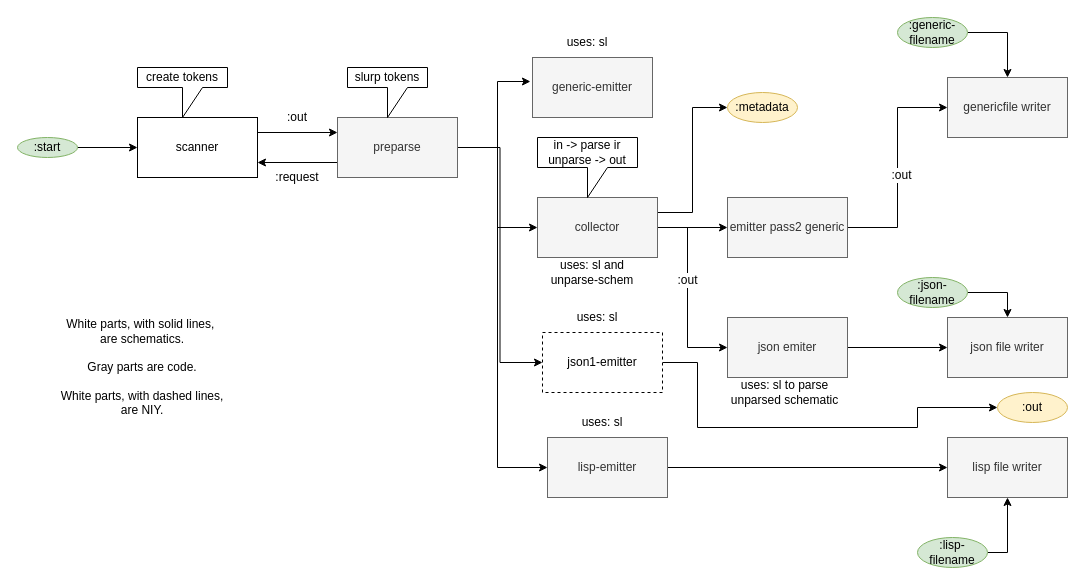
Before: page "back end parser internals" (3 of 3) of svg/back-end/back-end.drawio in bmfbp/bmfbp, a draw.io diagram. Source tidied: cells renumbered, new cells numbered last; positions are measured from the earlier drawing's top-left corner, leaving out a move shared by most shapes. Both pictures are drawn from the tidied source at 100%, with x=0, y=0 at pixel (17, 17).
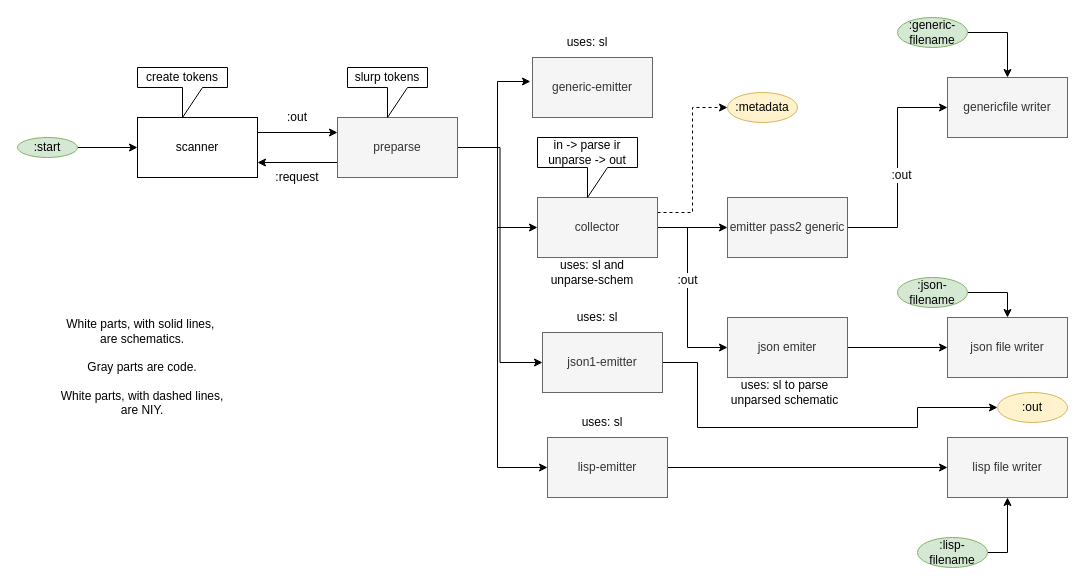
The same diagram, later.

The change refers to these unchanged cells:
```xml
<mxCell id="15" value="collector" style="rounded=0;whiteSpace=wrap;html=1;fillColor=#f5f5f5;strokeColor=#666666;fontColor=#333333;" parent="1" vertex="1">
  <mxGeometry x="520" y="180" width="120" height="60" as="geometry" />
</mxCell>
<mxCell id="44" value=":metadata" style="ellipse;whiteSpace=wrap;html=1;fillColor=#fff2cc;strokeColor=#d6b656;" parent="1" vertex="1">
  <mxGeometry x="710" y="75" width="70" height="30" as="geometry" />
</mxCell>
```

What changed in the source:
```diff
@@
-    <mxCell id="14" style="edgeStyle=orthogonalEdgeStyle;rounded=0;jettySize=auto;html=1;exitX=1;exitY=0.25;exitDx=0;exitDy=0;entryX=0;entryY=0.5;entryDx=0;entryDy=0;" parent="1" edge="1" source="15" target="44">
+    <mxCell id="14" style="edgeStyle=orthogonalEdgeStyle;rounded=0;jettySize=auto;html=1;exitX=1;exitY=0.25;exitDx=0;exitDy=0;entryX=0;entryY=0.5;entryDx=0;entryDy=0;dashed=1;" parent="1" edge="1" source="15" target="44">
       <mxGeometry relative="1" as="geometry" />
     </mxCell>
@@
-    <mxCell id="47" value="json1-emitter" style="rounded=0;whiteSpace=wrap;html=1;dashed=1;" parent="1" vertex="1">
+    <mxCell id="47" value="json1-emitter" style="rounded=0;whiteSpace=wrap;html=1;fillColor=#f5f5f5;strokeColor=#666666;fontColor=#333333;" parent="1" vertex="1">
       <mxGeometry x="525" y="315" width="120" height="60" as="geometry" />
     </mxCell>
```
